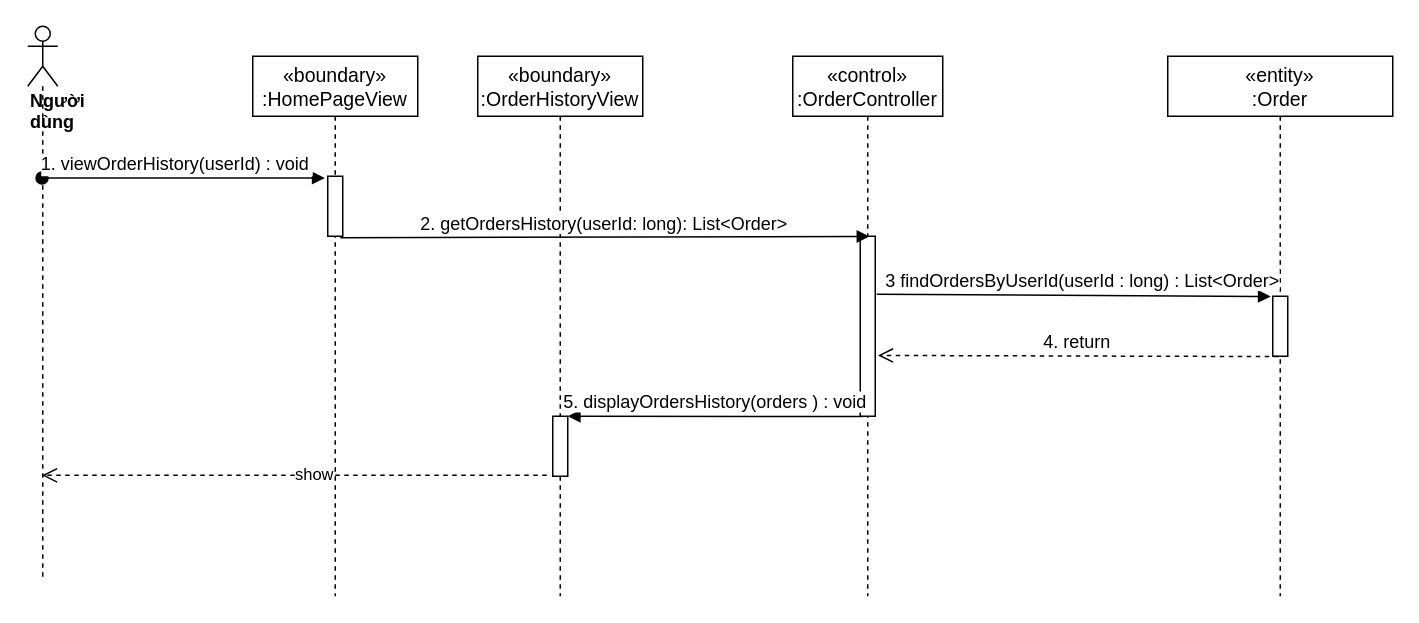
Above: sequence diagram/getOrderHistory-sequence.drawio in nguyenphamvan/datn_20202 (draw.io), before the change. Source tidied: cells renumbered, new cells numbered last; positions are measured from the earlier drawing's top-left corner, leaving out a move shared by most shapes. Both pictures are drawn from the tidied source at 150%, with x=0, y=0 at pixel (27, 26).
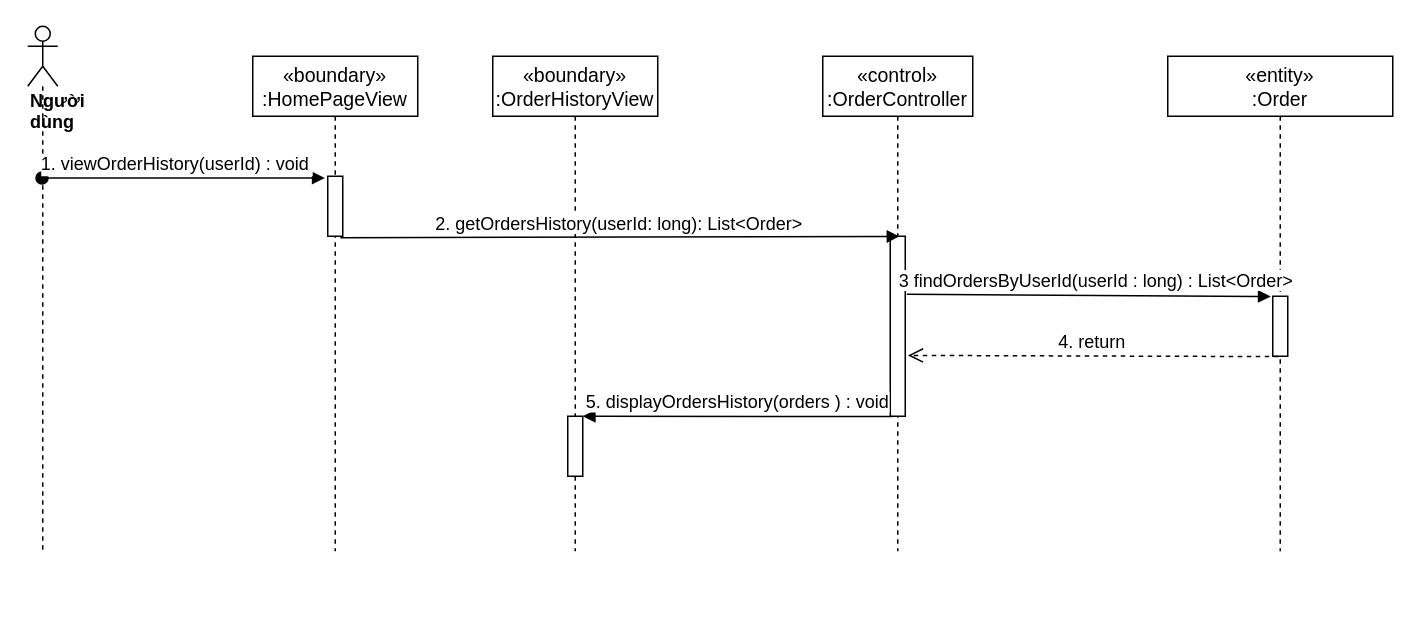
After the change.

Diff of the diagram source:
```diff
@@
 <mxGraphModel>
   <root>
     <mxCell id="0" />
     <mxCell id="1" parent="0" />
     <mxCell id="2" value="«boundary»&#10;:OrderHistoryView" style="shape=umlLifeline;perimeter=lifelinePerimeter;rounded=0;shadow=0;strokeWidth=1;fontSize=13;" parent="1" vertex="1">
-      <mxGeometry x="300" y="20" width="110" height="360" as="geometry" />
+      <mxGeometry x="310" y="20" width="110" height="330" as="geometry" />
     </mxCell>
     <mxCell id="3" style="points=[];perimeter=orthogonalPerimeter;rounded=0;shadow=0;strokeWidth=1;" parent="2" vertex="1">
       <mxGeometry x="50" y="240" width="10" height="40" as="geometry" />
     </mxCell>
     <mxCell id="4" value="«control»&#10;:OrderController" style="shape=umlLifeline;perimeter=lifelinePerimeter;rounded=0;shadow=0;strokeWidth=1;fontSize=13;" parent="1" vertex="1">
-      <mxGeometry x="510" y="20" width="100" height="360" as="geometry" />
+      <mxGeometry x="530" y="20" width="100" height="330" as="geometry" />
     </mxCell>
     <mxCell id="5" style="points=[];perimeter=orthogonalPerimeter;rounded=0;shadow=0;strokeWidth=1;" parent="4" vertex="1">
       <mxGeometry x="45" y="120" width="10" height="120" as="geometry" />
     </mxCell>
     <mxCell id="6" value="&lt;div&gt;&lt;b&gt;Người dùng&lt;/b&gt;&lt;/div&gt;" style="shape=umlLifeline;participant=umlActor;perimeter=lifelinePerimeter;whiteSpace=wrap;html=1;verticalAlign=top;spacingTop=36;outlineConnect=0;align=left;size=40;" parent="1" vertex="1">
-      <mxGeometry width="20" height="370" as="geometry" />
+      <mxGeometry width="20" height="350" as="geometry" />
     </mxCell>
     <mxCell id="7" value="1. viewOrderHistory(userId) : void" style="verticalAlign=bottom;startArrow=oval;endArrow=block;startSize=8;shadow=0;strokeWidth=1;entryX=-0.2;entryY=0.03;entryDx=0;entryDy=0;entryPerimeter=0;fontSize=12;" parent="1" edge="1" source="6" target="16">
       <mxGeometry x="-0.06" relative="1" as="geometry" />
     </mxCell>
     <mxCell id="8" value="&lt;font style=&quot;font-size: 12px&quot;&gt;2. getOrdersHistory(userId: long): List&amp;lt;Order&amp;gt;&lt;/font&gt;" style="html=1;verticalAlign=bottom;endArrow=block;entryX=0.617;entryY=0.001;entryDx=0;entryDy=0;entryPerimeter=0;exitX=0.84;exitY=1.025;exitDx=0;exitDy=0;exitPerimeter=0;" parent="1" edge="1" source="16" target="5">
       <mxGeometry relative="1" as="geometry" />
     </mxCell>
     <mxCell id="9" value="«entity»&#10;:Order" style="shape=umlLifeline;perimeter=lifelinePerimeter;rounded=0;shadow=0;strokeWidth=1;fontSize=13;" parent="1" vertex="1">
-      <mxGeometry x="760" y="20" width="150" height="360" as="geometry" />
+      <mxGeometry x="760" y="20" width="150" height="330" as="geometry" />
     </mxCell>
     <mxCell id="10" style="points=[];perimeter=orthogonalPerimeter;rounded=0;shadow=0;strokeWidth=1;" parent="9" vertex="1">
       <mxGeometry x="70" y="160" width="10" height="40" as="geometry" />
     </mxCell>
     <mxCell id="11" value="&lt;font style=&quot;font-size: 12px&quot;&gt;3 findOrdersByUserId(userId : long) : List&amp;lt;Order&amp;gt;&lt;/font&gt;" style="html=1;verticalAlign=bottom;endArrow=block;entryX=-0.133;entryY=0.004;entryDx=0;entryDy=0;entryPerimeter=0;exitX=1.1;exitY=0.322;exitDx=0;exitDy=0;exitPerimeter=0;" parent="1" edge="1" source="5" target="10">
       <mxGeometry x="0.04" relative="1" as="geometry" />
     </mxCell>
     <mxCell id="12" value="&lt;font style=&quot;font-size: 12px&quot;&gt;4. return&amp;nbsp;&lt;/font&gt;" style="html=1;verticalAlign=bottom;endArrow=open;dashed=1;endSize=8;exitX=0.367;exitY=1.006;exitDx=0;exitDy=0;exitPerimeter=0;entryX=1.18;entryY=0.662;entryDx=0;entryDy=0;entryPerimeter=0;" parent="1" edge="1" source="10" target="5">
       <mxGeometry relative="1" as="geometry" />
     </mxCell>
-    <mxCell id="13" style="html=1;verticalAlign=bottom;endArrow=open;dashed=1;endSize=8;exitX=-0.4;exitY=0.985;exitDx=0;exitDy=0;exitPerimeter=0;" parent="1" edge="1" source="3" target="6">
-      <mxGeometry relative="1" as="geometry" />
-    </mxCell>
-    <mxCell id="14" value="show" style="edgeLabel;html=1;align=center;verticalAlign=middle;" parent="13" vertex="1">
-      <mxGeometry x="-0.07" y="-1" relative="1" as="geometry" />
-    </mxCell>
     <mxCell id="15" value="«boundary»&#10;:HomePageView" style="shape=umlLifeline;perimeter=lifelinePerimeter;rounded=0;shadow=0;strokeWidth=1;fontSize=13;" parent="1" vertex="1">
-      <mxGeometry x="150" y="20" width="110" height="360" as="geometry" />
+      <mxGeometry x="150" y="20" width="110" height="330" as="geometry" />
     </mxCell>
     <mxCell id="16" style="points=[];perimeter=orthogonalPerimeter;rounded=0;shadow=0;strokeWidth=1;" parent="15" vertex="1">
       <mxGeometry x="50" y="80" width="10" height="40" as="geometry" />
     </mxCell>
     <mxCell id="17" value="&lt;font style=&quot;font-size: 12px&quot;&gt;5. displayOrdersHistory(orders ) : void&lt;/font&gt;" style="html=1;verticalAlign=bottom;endArrow=block;exitX=0.14;exitY=1.002;exitDx=0;exitDy=0;exitPerimeter=0;entryX=1;entryY=0;entryDx=0;entryDy=0;entryPerimeter=0;" parent="1" edge="1" source="5" target="3">
       <mxGeometry relative="1" as="geometry" />
     </mxCell>
   </root>
 </mxGraphModel>
```
